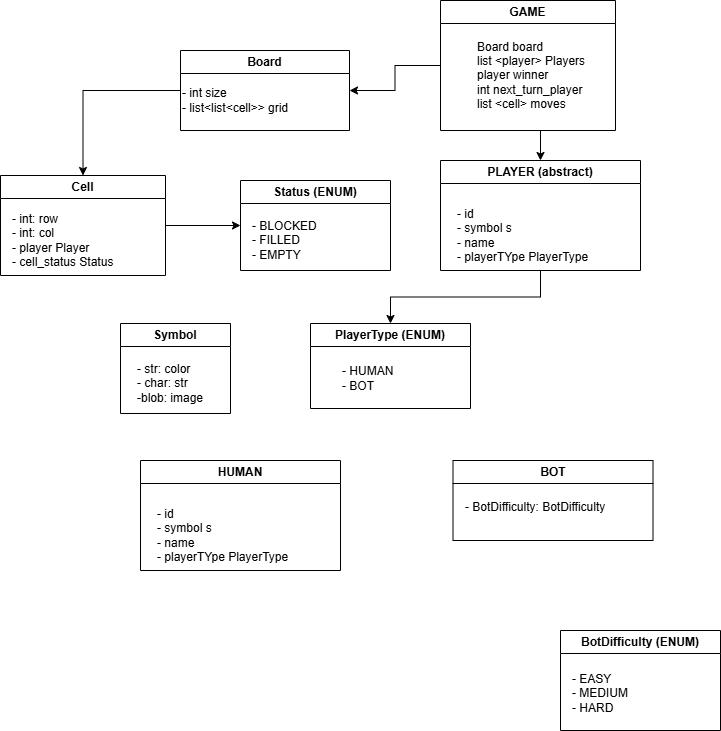
Before: tic-tac-toe.drawio.png, a diagram exported from draw.io (ashu7mishra/tic-tac-toe). Source tidied: cells renumbered, new cells last; positions are measured from the earlier drawing's top-left corner, leaving out a move shared by most shapes.
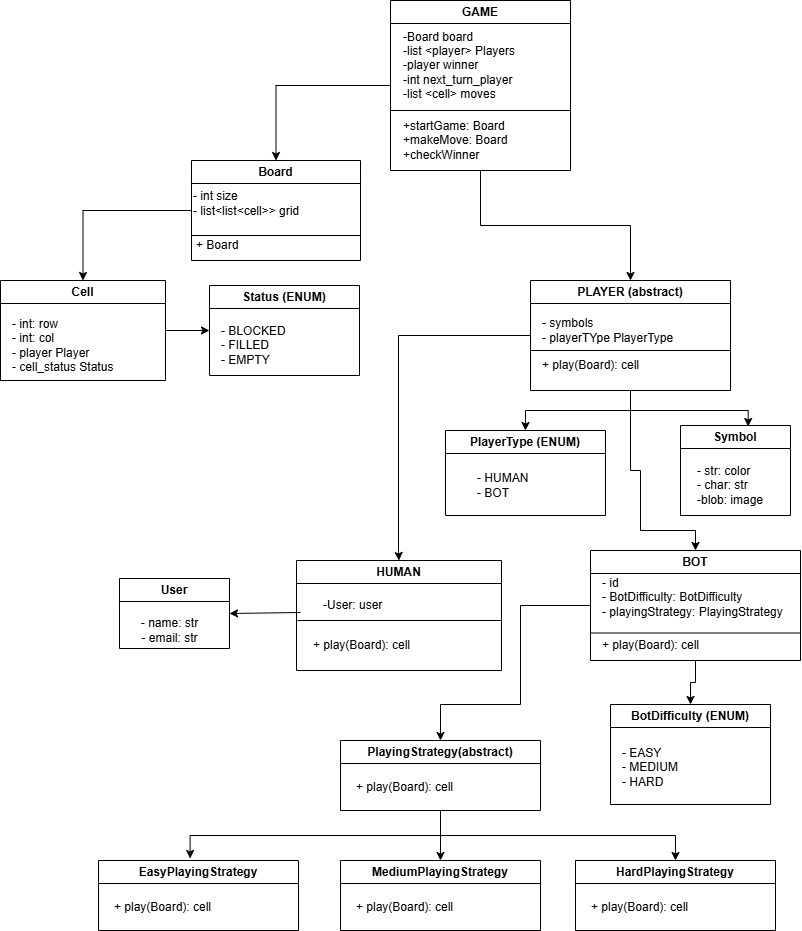
The same diagram one commit later.

Change to the diagram source:
```diff
@@ -2,44 +2,67 @@
   <root>
     <mxCell id="0" />
     <mxCell id="1" parent="0" />
-    <mxCell id="2" style="edgeStyle=orthogonalEdgeStyle;rounded=0;jettySize=auto;html=1;entryX=1;entryY=0.5;entryDx=0;entryDy=0;" parent="1" edge="1" source="3" target="12">
+    <mxCell id="2" style="edgeStyle=orthogonalEdgeStyle;rounded=0;jettySize=auto;html=1;exitX=0;exitY=0.5;exitDx=0;exitDy=0;entryX=0.5;entryY=0;entryDx=0;entryDy=0;" parent="1" edge="1" source="3" target="12">
       <mxGeometry relative="1" as="geometry" />
     </mxCell>
     <mxCell id="3" value="GAME" style="swimlane;whiteSpace=wrap;html=1;" parent="1" vertex="1">
-      <mxGeometry x="440" width="175" height="130" as="geometry" />
+      <mxGeometry x="370" y="-240" width="180" height="170" as="geometry" />
     </mxCell>
-    <mxCell id="4" value="Board board&lt;div&gt;list &amp;lt;player&amp;gt; Players&lt;/div&gt;&lt;div&gt;player winner&lt;/div&gt;&lt;div&gt;int next_turn_player&lt;/div&gt;&lt;div&gt;list &amp;lt;cell&amp;gt; moves&lt;/div&gt;" style="text;html=1;align=left;verticalAlign=middle;strokeColor=none;fillColor=none;" parent="3" vertex="1">
-      <mxGeometry x="35" y="30" width="130" height="90" as="geometry" />
+    <mxCell id="4" value="-Board board&lt;div&gt;-list &amp;lt;player&amp;gt; Players&lt;/div&gt;&lt;div&gt;-player winner&lt;/div&gt;&lt;div&gt;-int next_turn_player&lt;/div&gt;&lt;div&gt;-list &amp;lt;cell&amp;gt; moves&lt;/div&gt;" style="text;html=1;align=left;verticalAlign=middle;strokeColor=none;fillColor=none;" parent="3" vertex="1">
+      <mxGeometry x="11" y="20" width="140" height="90" as="geometry" />
     </mxCell>
+    <mxCell id="27" value="+startGame: Board&lt;div&gt;+makeMove: Board&lt;/div&gt;&lt;div&gt;+checkWinner&lt;/div&gt;" style="text;html=1;align=left;verticalAlign=middle;strokeColor=none;fillColor=none;" parent="3" vertex="1">
+      <mxGeometry x="11" y="110" width="130" height="60" as="geometry" />
+    </mxCell>
     <mxCell id="5" value="HUMAN" style="swimlane;whiteSpace=wrap;html=1;" parent="1" vertex="1">
-      <mxGeometry x="140" y="460" width="200" height="110" as="geometry" />
+      <mxGeometry x="276" y="320" width="205" height="110" as="geometry" />
     </mxCell>
-    <mxCell id="6" value="- id&lt;div&gt;- symbol s&lt;/div&gt;&lt;div&gt;- name&lt;/div&gt;&lt;div&gt;- playerTYpe PlayerType&lt;/div&gt;" style="text;html=1;align=left;verticalAlign=middle;strokeColor=none;fillColor=none;" parent="5" vertex="1">
-      <mxGeometry x="15" y="40" width="150" height="70" as="geometry" />
+    <mxCell id="6" value="&lt;div&gt;-User: user&lt;/div&gt;" style="text;html=1;align=left;verticalAlign=middle;strokeColor=none;fillColor=none;" parent="5" vertex="1">
+      <mxGeometry x="25" y="30" width="80" height="30" as="geometry" />
     </mxCell>
+    <mxCell id="28" value="+ play(Board): cell" style="text;html=1;align=center;verticalAlign=middle;strokeColor=none;fillColor=none;" parent="5" vertex="1">
+      <mxGeometry x="5" y="70" width="120" height="30" as="geometry" />
+    </mxCell>
     <mxCell id="7" value="Symbol" style="swimlane;whiteSpace=wrap;html=1;" parent="1" vertex="1">
-      <mxGeometry x="120" y="323" width="110" height="90" as="geometry" />
+      <mxGeometry x="660" y="185" width="110" height="90" as="geometry" />
     </mxCell>
     <mxCell id="8" value="- str: color&lt;div&gt;- char: str&lt;/div&gt;&lt;div&gt;-blob: image&lt;/div&gt;" style="text;html=1;align=left;verticalAlign=middle;strokeColor=none;fillColor=none;" parent="7" vertex="1">
       <mxGeometry x="15" y="30" width="90" height="60" as="geometry" />
     </mxCell>
+    <mxCell id="29" style="edgeStyle=orthogonalEdgeStyle;rounded=0;jettySize=auto;html=1;exitX=0.5;exitY=1;exitDx=0;exitDy=0;entryX=0.5;entryY=0;entryDx=0;entryDy=0;" parent="1" edge="1" source="9" target="19">
+      <mxGeometry relative="1" as="geometry" />
+    </mxCell>
+    <mxCell id="30" style="edgeStyle=orthogonalEdgeStyle;rounded=0;jettySize=auto;html=1;exitX=0;exitY=0.5;exitDx=0;exitDy=0;entryX=0.5;entryY=0;entryDx=0;entryDy=0;" parent="1" edge="1" source="9" target="45">
+      <mxGeometry relative="1" as="geometry">
+        <Array as="points">
+          <mxPoint x="500" y="365" />
+          <mxPoint x="500" y="464" />
+        </Array>
+      </mxGeometry>
+    </mxCell>
     <mxCell id="9" value="BOT" style="swimlane;whiteSpace=wrap;html=1;" parent="1" vertex="1">
-      <mxGeometry x="452.5" y="460" width="200" height="80" as="geometry" />
+      <mxGeometry x="570" y="310" width="210" height="110" as="geometry" />
     </mxCell>
-    <mxCell id="10" value="- BotDifficulty: BotDifficulty" style="text;html=1;align=left;verticalAlign=middle;strokeColor=none;fillColor=none;" parent="9" vertex="1">
-      <mxGeometry x="10" y="32" width="160" height="30" as="geometry" />
+    <mxCell id="10" value="&lt;div&gt;- id&lt;/div&gt;- BotDifficulty: BotDifficulty&lt;div&gt;- playingStrategy: PlayingStrategy&lt;/div&gt;" style="text;html=1;align=left;verticalAlign=middle;strokeColor=none;fillColor=none;" parent="9" vertex="1">
+      <mxGeometry x="10" y="17" width="200" height="60" as="geometry" />
     </mxCell>
+    <mxCell id="31" value="+ play(Board): cell" style="text;html=1;align=center;verticalAlign=middle;strokeColor=none;fillColor=none;" parent="9" vertex="1">
+      <mxGeometry y="80" width="120" height="30" as="geometry" />
+    </mxCell>
     <mxCell id="11" style="edgeStyle=orthogonalEdgeStyle;rounded=0;jettySize=auto;html=1;entryX=0.5;entryY=0;entryDx=0;entryDy=0;" parent="1" edge="1" source="12" target="22">
       <mxGeometry relative="1" as="geometry" />
     </mxCell>
     <mxCell id="12" value="Board" style="swimlane;whiteSpace=wrap;html=1;" parent="1" vertex="1">
-      <mxGeometry x="180" y="50" width="169" height="80" as="geometry" />
+      <mxGeometry x="171" y="-80" width="169" height="100" as="geometry" />
     </mxCell>
     <mxCell id="13" value="- int size&lt;div&gt;- list&amp;lt;list&amp;lt;cell&amp;gt;&amp;gt; grid&lt;/div&gt;" style="text;html=1;align=left;verticalAlign=middle;strokeColor=none;fillColor=none;" parent="12" vertex="1">
-      <mxGeometry y="30" width="130" height="40" as="geometry" />
+      <mxGeometry y="23" width="130" height="40" as="geometry" />
     </mxCell>
+    <mxCell id="32" value="+ Board" style="text;html=1;align=left;verticalAlign=middle;strokeColor=none;fillColor=none;" parent="12" vertex="1">
+      <mxGeometry x="3" y="70" width="70" height="30" as="geometry" />
+    </mxCell>
     <mxCell id="14" value="PlayerType (ENUM)" style="swimlane;whiteSpace=wrap;html=1;" parent="1" vertex="1">
-      <mxGeometry x="310" y="323" width="160" height="85" as="geometry" />
+      <mxGeometry x="425" y="190" width="160" height="85" as="geometry" />
     </mxCell>
     <mxCell id="15" value="- HUMAN&lt;div&gt;- BOT&lt;/div&gt;" style="text;html=1;align=left;verticalAlign=middle;strokeColor=none;fillColor=none;" parent="14" vertex="1">
       <mxGeometry x="30" y="35" width="70" height="40" as="geometry" />
@@ -47,14 +70,27 @@
     <mxCell id="16" style="edgeStyle=orthogonalEdgeStyle;rounded=0;jettySize=auto;html=1;entryX=0.5;entryY=0;entryDx=0;entryDy=0;" parent="1" edge="1" source="17" target="14">
       <mxGeometry relative="1" as="geometry" />
     </mxCell>
+    <mxCell id="33" style="edgeStyle=orthogonalEdgeStyle;rounded=0;jettySize=auto;html=1;exitX=0.5;exitY=1;exitDx=0;exitDy=0;entryX=0.5;entryY=0;entryDx=0;entryDy=0;" parent="1" edge="1" source="17" target="9">
+      <mxGeometry relative="1" as="geometry">
+        <Array as="points">
+          <mxPoint x="610" y="230" />
+          <mxPoint x="620" y="230" />
+          <mxPoint x="620" y="290" />
+          <mxPoint x="675" y="290" />
+        </Array>
+      </mxGeometry>
+    </mxCell>
     <mxCell id="17" value="PLAYER (abstract)" style="swimlane;whiteSpace=wrap;html=1;" parent="1" vertex="1">
-      <mxGeometry x="440" y="160" width="200" height="110" as="geometry" />
+      <mxGeometry x="510" y="40" width="200" height="110" as="geometry" />
     </mxCell>
-    <mxCell id="18" value="- id&lt;div&gt;- symbol s&lt;/div&gt;&lt;div&gt;- name&lt;/div&gt;&lt;div&gt;- playerTYpe PlayerType&lt;/div&gt;" style="text;html=1;align=left;verticalAlign=middle;strokeColor=none;fillColor=none;" parent="17" vertex="1">
-      <mxGeometry x="15" y="40" width="150" height="70" as="geometry" />
+    <mxCell id="18" value="&lt;div&gt;- symbols&lt;/div&gt;&lt;div&gt;- playerTYpe PlayerType&lt;/div&gt;" style="text;html=1;align=left;verticalAlign=middle;strokeColor=none;fillColor=none;" parent="17" vertex="1">
+      <mxGeometry x="10" y="30" width="150" height="40" as="geometry" />
     </mxCell>
+    <mxCell id="34" value="+ play(Board): cell" style="text;html=1;align=center;verticalAlign=middle;strokeColor=none;fillColor=none;" parent="17" vertex="1">
+      <mxGeometry y="70" width="120" height="30" as="geometry" />
+    </mxCell>
     <mxCell id="19" value="BotDifficulty (ENUM)" style="swimlane;whiteSpace=wrap;html=1;" parent="1" vertex="1">
-      <mxGeometry x="560" y="630" width="160" height="100" as="geometry" />
+      <mxGeometry x="590" y="464" width="160" height="100" as="geometry" />
     </mxCell>
     <mxCell id="20" value="- EASY&lt;div&gt;- MEDIUM&lt;/div&gt;&lt;div&gt;- HARD&lt;/div&gt;" style="text;html=1;align=left;verticalAlign=middle;strokeColor=none;fillColor=none;" parent="19" vertex="1">
       <mxGeometry x="10" y="33" width="80" height="60" as="geometry" />
@@ -63,21 +99,98 @@
       <mxGeometry relative="1" as="geometry" />
     </mxCell>
     <mxCell id="22" value="Cell" style="swimlane;whiteSpace=wrap;html=1;" parent="1" vertex="1">
-      <mxGeometry y="175" width="165" height="100" as="geometry" />
+      <mxGeometry x="-20" y="40" width="165" height="100" as="geometry" />
     </mxCell>
     <mxCell id="23" value="- int: row&lt;div&gt;- int: col&lt;/div&gt;&lt;div&gt;- player Player&lt;/div&gt;&lt;div&gt;- cell_status Status&lt;/div&gt;" style="text;html=1;align=left;verticalAlign=middle;strokeColor=none;fillColor=none;" parent="22" vertex="1">
       <mxGeometry x="10" y="30" width="120" height="70" as="geometry" />
     </mxCell>
     <mxCell id="24" value="Status (ENUM)" style="swimlane;whiteSpace=wrap;html=1;" parent="1" vertex="1">
-      <mxGeometry x="240" y="180" width="150" height="90" as="geometry" />
+      <mxGeometry x="189" y="45" width="150" height="90" as="geometry" />
     </mxCell>
     <mxCell id="25" value="- BLOCKED&lt;div&gt;- FILLED&lt;/div&gt;&lt;div&gt;- EMPTY&lt;/div&gt;" style="text;html=1;align=left;verticalAlign=middle;strokeColor=none;fillColor=none;" parent="24" vertex="1">
       <mxGeometry x="10" y="30" width="90" height="60" as="geometry" />
     </mxCell>
-    <mxCell id="26" style="edgeStyle=orthogonalEdgeStyle;rounded=0;jettySize=auto;html=1;entryX=0.5;entryY=0;entryDx=0;entryDy=0;" parent="1" edge="1" target="17">
-      <mxGeometry relative="1" as="geometry">
-        <mxPoint x="540" y="130" as="sourcePoint" />
-      </mxGeometry>
+    <mxCell id="26" style="edgeStyle=orthogonalEdgeStyle;rounded=0;jettySize=auto;html=1;entryX=0.5;entryY=0;entryDx=0;entryDy=0;exitX=0.5;exitY=1;exitDx=0;exitDy=0;" parent="1" edge="1" source="3" target="17">
+      <mxGeometry relative="1" as="geometry" />
     </mxCell>
+    <mxCell id="35" style="edgeStyle=orthogonalEdgeStyle;rounded=0;jettySize=auto;html=1;entryX=0.615;entryY=0.011;entryDx=0;entryDy=0;entryPerimeter=0;" parent="1" edge="1" source="17" target="7">
+      <mxGeometry relative="1" as="geometry" />
+    </mxCell>
+    <mxCell id="36" style="edgeStyle=orthogonalEdgeStyle;rounded=0;jettySize=auto;html=1;entryX=0.5;entryY=0;entryDx=0;entryDy=0;" parent="1" edge="1" source="17" target="5">
+      <mxGeometry relative="1" as="geometry">
+        <Array as="points">
+          <mxPoint x="378" y="95" />
+          <mxPoint x="378" y="310" />
+        </Array>
+      </mxGeometry>
+    </mxCell>
+    <mxCell id="37" style="endArrow=none;html=1;rounded=0;" parent="1" edge="1">
+      <mxGeometry relative="1" as="geometry">
+        <mxPoint x="510" y="110" as="sourcePoint" />
+        <mxPoint x="710" y="110" as="targetPoint" />
+      </mxGeometry>
+    </mxCell>
+    <mxCell id="38" style="endArrow=none;html=1;rounded=0;" parent="1" edge="1">
+      <mxGeometry relative="1" as="geometry">
+        <mxPoint x="277" y="380" as="sourcePoint" />
+        <mxPoint x="481" y="380" as="targetPoint" />
+      </mxGeometry>
+    </mxCell>
+    <mxCell id="39" value="User" style="swimlane;whiteSpace=wrap;html=1;" parent="1" vertex="1">
+      <mxGeometry x="99" y="338" width="110" height="70" as="geometry" />
+    </mxCell>
+    <mxCell id="40" value="- name: str&lt;div&gt;- email: str&lt;/div&gt;" style="text;html=1;align=center;verticalAlign=middle;strokeColor=none;fillColor=none;" parent="39" vertex="1">
+      <mxGeometry x="10" y="32" width="80" height="40" as="geometry" />
+    </mxCell>
+    <mxCell id="41" style="edgeStyle=orthogonalEdgeStyle;rounded=0;jettySize=auto;html=1;entryX=1;entryY=0.5;entryDx=0;entryDy=0;" parent="1" edge="1" target="39">
+      <mxGeometry relative="1" as="geometry">
+        <mxPoint x="280" y="372" as="sourcePoint" />
+      </mxGeometry>
+    </mxCell>
+    <mxCell id="42" style="endArrow=none;html=1;rounded=0;entryX=1;entryY=0.75;entryDx=0;entryDy=0;exitX=0;exitY=0.75;exitDx=0;exitDy=0;" parent="1" edge="1" source="9" target="9">
+      <mxGeometry relative="1" as="geometry" />
+    </mxCell>
+    <mxCell id="43" style="edgeStyle=orthogonalEdgeStyle;rounded=0;jettySize=auto;html=1;exitX=0.5;exitY=1;exitDx=0;exitDy=0;entryX=0.5;entryY=0;entryDx=0;entryDy=0;" parent="1" edge="1" source="45" target="51">
+      <mxGeometry relative="1" as="geometry" />
+    </mxCell>
+    <mxCell id="44" style="edgeStyle=orthogonalEdgeStyle;rounded=0;jettySize=auto;html=1;exitX=0.5;exitY=1;exitDx=0;exitDy=0;entryX=0.5;entryY=0;entryDx=0;entryDy=0;" parent="1" edge="1" source="45" target="49">
+      <mxGeometry relative="1" as="geometry" />
+    </mxCell>
+    <mxCell id="45" value="PlayingStrategy(abstract)" style="swimlane;whiteSpace=wrap;html=1;" parent="1" vertex="1">
+      <mxGeometry x="320" y="500" width="200" height="70" as="geometry" />
+    </mxCell>
+    <mxCell id="46" value="+ play(Board): cell" style="text;html=1;align=center;verticalAlign=middle;strokeColor=none;fillColor=none;" parent="45" vertex="1">
+      <mxGeometry x="4" y="32" width="120" height="30" as="geometry" />
+    </mxCell>
+    <mxCell id="47" value="EasyPlayingStrategy" style="swimlane;whiteSpace=wrap;html=1;" parent="1" vertex="1">
+      <mxGeometry x="78" y="620" width="200" height="70" as="geometry" />
+    </mxCell>
+    <mxCell id="48" value="+ play(Board): cell" style="text;html=1;align=center;verticalAlign=middle;strokeColor=none;fillColor=none;" parent="47" vertex="1">
+      <mxGeometry x="4" y="32" width="120" height="30" as="geometry" />
+    </mxCell>
+    <mxCell id="49" value="MediumPlayingStrategy" style="swimlane;whiteSpace=wrap;html=1;" parent="1" vertex="1">
+      <mxGeometry x="320" y="620" width="200" height="70" as="geometry" />
+    </mxCell>
+    <mxCell id="50" value="+ play(Board): cell" style="text;html=1;align=center;verticalAlign=middle;strokeColor=none;fillColor=none;" parent="49" vertex="1">
+      <mxGeometry x="4" y="32" width="120" height="30" as="geometry" />
+    </mxCell>
+    <mxCell id="51" value="HardPlayingStrategy" style="swimlane;whiteSpace=wrap;html=1;" parent="1" vertex="1">
+      <mxGeometry x="555" y="620" width="200" height="70" as="geometry" />
+    </mxCell>
+    <mxCell id="52" value="+ play(Board): cell" style="text;html=1;align=center;verticalAlign=middle;strokeColor=none;fillColor=none;" parent="51" vertex="1">
+      <mxGeometry x="4" y="32" width="120" height="30" as="geometry" />
+    </mxCell>
+    <mxCell id="53" style="edgeStyle=orthogonalEdgeStyle;rounded=0;jettySize=auto;html=1;exitX=0.5;exitY=1;exitDx=0;exitDy=0;entryX=0.458;entryY=-0.029;entryDx=0;entryDy=0;entryPerimeter=0;" parent="1" edge="1" source="45" target="47">
+      <mxGeometry relative="1" as="geometry" />
+    </mxCell>
+    <mxCell id="54" style="endArrow=none;html=1;rounded=0;" parent="1" edge="1">
+      <mxGeometry relative="1" as="geometry">
+        <mxPoint x="370" y="-130" as="sourcePoint" />
+        <mxPoint x="550" y="-130" as="targetPoint" />
+      </mxGeometry>
+    </mxCell>
+    <mxCell id="55" style="endArrow=none;html=1;rounded=0;exitX=0;exitY=0.75;exitDx=0;exitDy=0;entryX=1;entryY=0.75;entryDx=0;entryDy=0;" parent="1" edge="1" source="12" target="12">
+      <mxGeometry relative="1" as="geometry" />
+    </mxCell>
   </root>
 </mxGraphModel>
```
